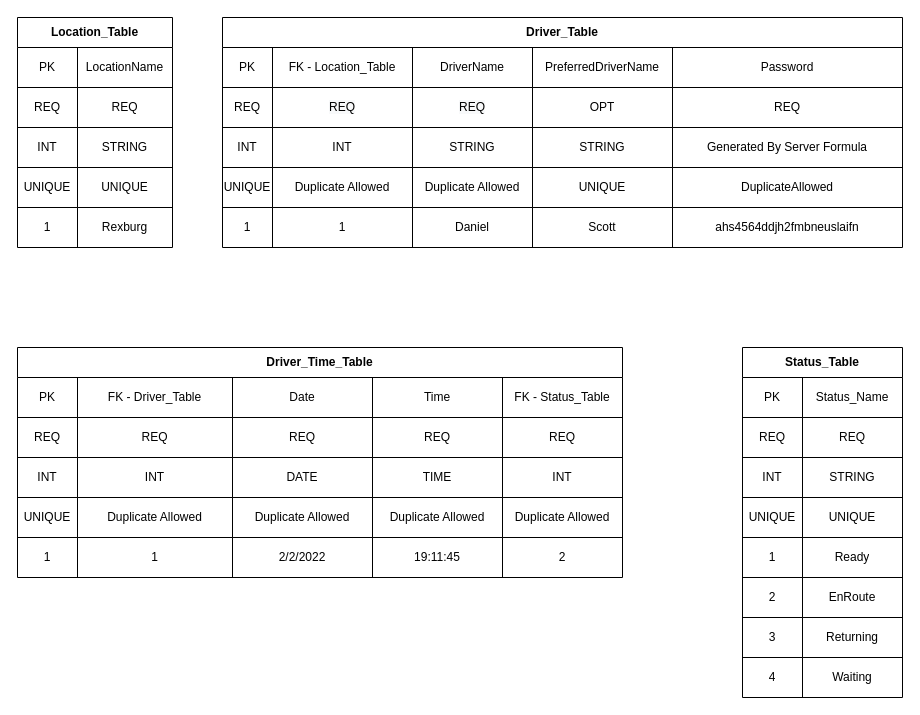
The draw.io diagram doorzzaServer.drawio in danthomsen42/doorzzaQueue, before the edit. Source tidied: cells renumbered, new cells numbered last; positions are measured from the earlier drawing's top-left corner, leaving out a move shared by most shapes. Both pictures are drawn from the tidied source at 100%, with x=0, y=0 at pixel (17, 17).
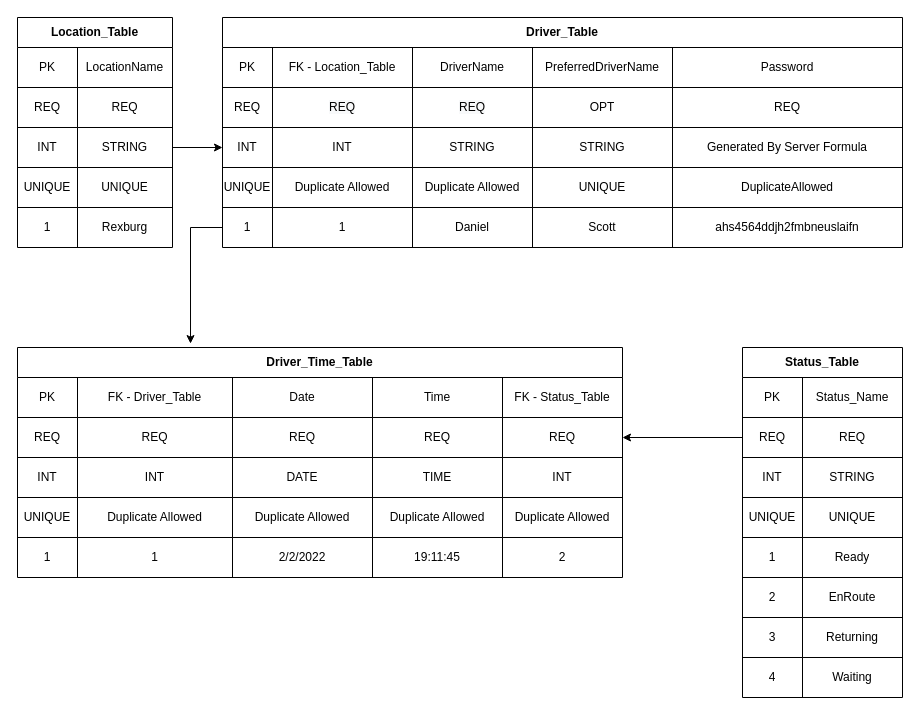
After the change.

Unchanged cells that the change refers to:
```xml
<mxCell id="9" style="shape=partialRectangle;html=1;whiteSpace=wrap;fillColor=none;top=0;left=0;bottom=0;right=0;points=[[0,0.5],[1,0.5]];portConstraint=eastwest;" parent="2" vertex="1">
  <mxGeometry y="110" width="155" height="40" as="geometry" />
</mxCell>
<mxCell id="31" style="shape=partialRectangle;html=1;whiteSpace=wrap;fillColor=none;top=0;left=0;bottom=0;right=0;points=[[0,0.5],[1,0.5]];portConstraint=eastwest;" parent="18" vertex="1">
  <mxGeometry y="110" width="680" height="40" as="geometry" />
</mxCell>
<mxCell id="43" style="shape=partialRectangle;html=1;whiteSpace=wrap;fillColor=none;top=0;left=0;bottom=0;right=0;points=[[0,0.5],[1,0.5]];portConstraint=eastwest;" parent="18" vertex="1">
  <mxGeometry y="190" width="680" height="40" as="geometry" />
</mxCell>
<mxCell id="49" value="Driver_Time_Table" style="shape=table;html=1;whiteSpace=wrap;startSize=30;childLayout=tableLayout;fontStyle=1;align=center;" parent="1" vertex="1">
  <mxGeometry y="330" width="605" height="230" as="geometry" />
</mxCell>
<mxCell id="56" style="shape=partialRectangle;html=1;whiteSpace=wrap;fillColor=none;top=0;left=0;bottom=0;right=0;points=[[0,0.5],[1,0.5]];portConstraint=eastwest;" parent="49" vertex="1">
  <mxGeometry y="70" width="605" height="40" as="geometry" />
</mxCell>
<mxCell id="84" style="shape=partialRectangle;html=1;whiteSpace=wrap;fillColor=none;top=0;left=0;bottom=0;right=0;points=[[0,0.5],[1,0.5]];portConstraint=eastwest;" parent="80" vertex="1">
  <mxGeometry y="70" width="160" height="40" as="geometry" />
</mxCell>
```

The edit, as a diff of the source:
```diff
@@
+    <mxCell id="105" style="edgeStyle=orthogonalEdgeStyle;rounded=0;jettySize=auto;html=1;exitX=1;exitY=0.5;exitDx=0;exitDy=0;" parent="1" edge="1" source="9" target="31">
+      <mxGeometry relative="1" as="geometry" />
+    </mxCell>
+    <mxCell id="106" style="edgeStyle=orthogonalEdgeStyle;rounded=0;jettySize=auto;html=1;exitX=0;exitY=0.5;exitDx=0;exitDy=0;entryX=1;entryY=0.5;entryDx=0;entryDy=0;" parent="1" edge="1" source="84" target="56">
+      <mxGeometry relative="1" as="geometry" />
+    </mxCell>
+    <mxCell id="107" style="edgeStyle=orthogonalEdgeStyle;rounded=0;jettySize=auto;html=1;exitX=0;exitY=0.5;exitDx=0;exitDy=0;entryX=0.286;entryY=-0.017;entryDx=0;entryDy=0;entryPerimeter=0;" parent="1" edge="1" source="43" target="49">
+      <mxGeometry relative="1" as="geometry" />
+    </mxCell>
```
